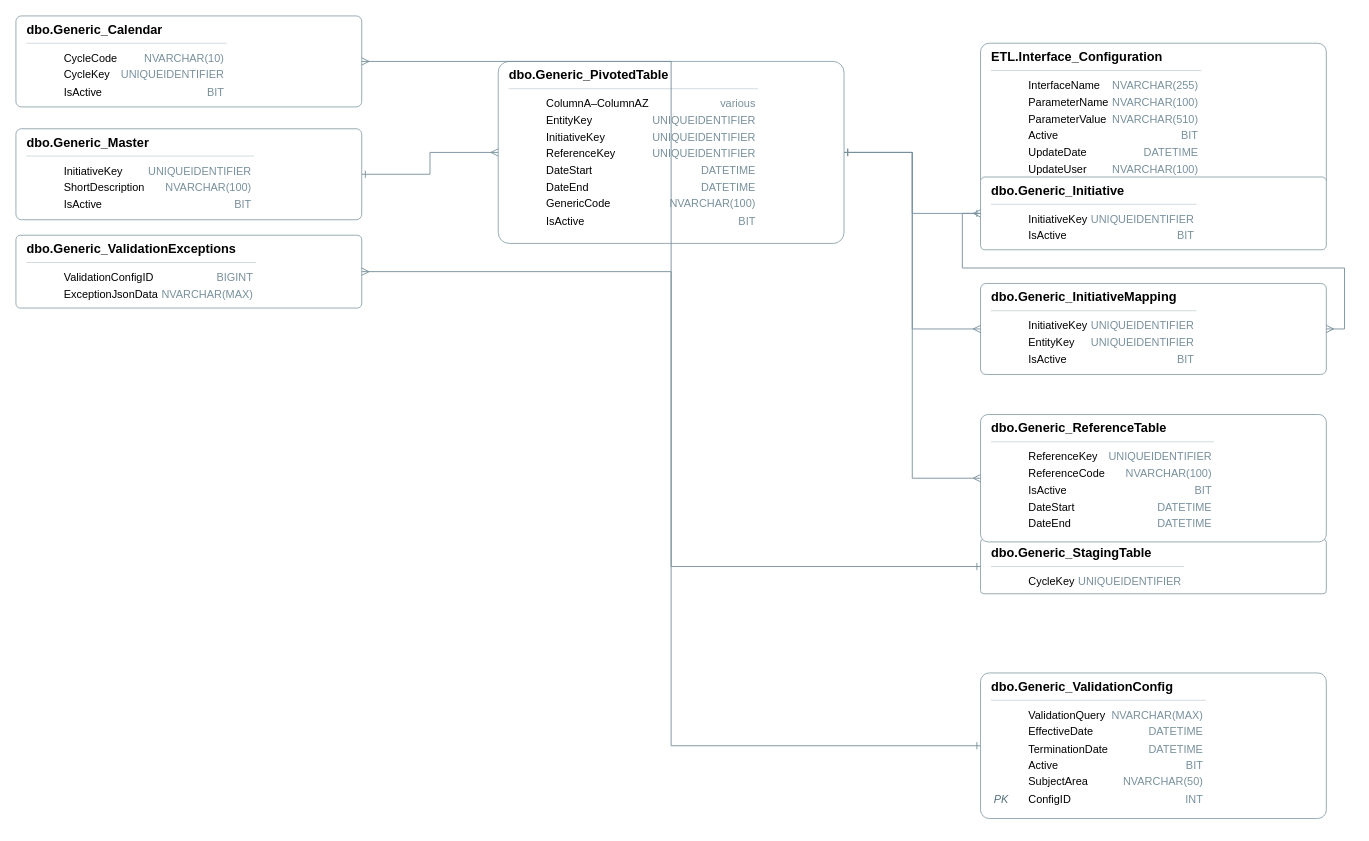
drvmuk/sdlc_genai_demo keeps this draw.io diagram as erd/ERD.drawio. Above is the earlier version. Source tidied: cells renumbered, new cells numbered last; positions are measured from the earlier drawing's top-left corner, leaving out a move shared by most shapes. Both pictures are drawn from the tidied source at 91%, with x=0, y=0 at pixel (15, 15).
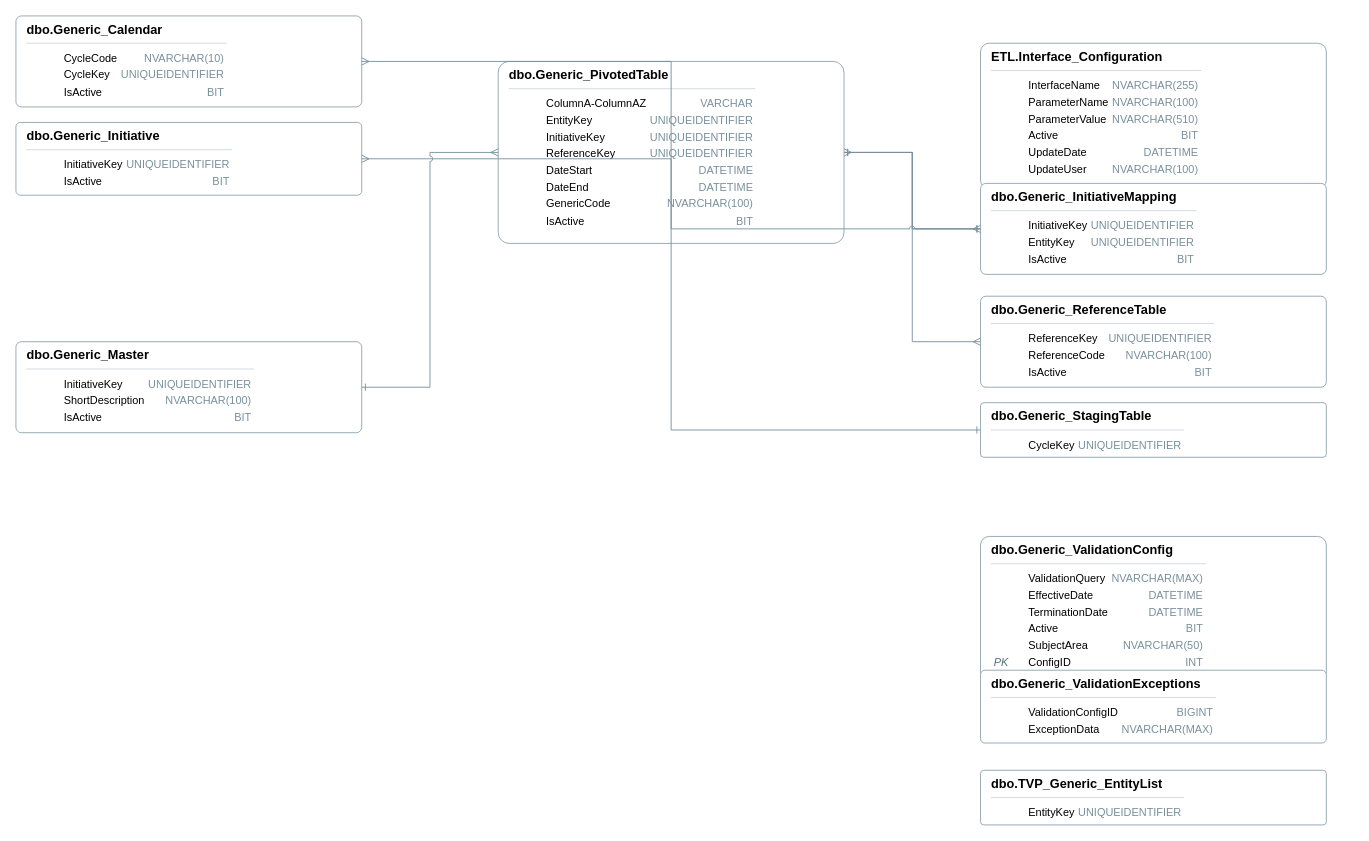
After the change.

Commit message:
Upload ERD diagram

What changed in the source:
```diff
@@
 <mxGraphModel>
   <root>
     <mxCell id="0" />
     <mxCell id="1" parent="0" />
     <mxCell id="2" value="&lt;div style='text-align:left'&gt;&lt;div style='font-weight:600;font-size:14px'&gt;dbo.Generic_ValidationConfig&lt;/div&gt;&lt;div style='border-top:1px solid #cfd8dc;margin:6px 0'&gt;&lt;/div&gt;&lt;table style='width:100%;font-size:12px'&gt;&lt;tr&gt;&lt;td style='width:34px;font-style:italic;color:#546E7A'&gt;&lt;/td&gt;&lt;td&gt;ValidationQuery&lt;/td&gt;&lt;td style='width:86px;text-align:right;color:#78909C'&gt;NVARCHAR(MAX)&lt;/td&gt;&lt;/tr&gt;&lt;tr&gt;&lt;td style='width:34px;font-style:italic;color:#546E7A'&gt;&lt;/td&gt;&lt;td&gt;EffectiveDate&lt;/td&gt;&lt;td style='width:86px;text-align:right;color:#78909C'&gt;DATETIME&lt;/td&gt;&lt;/tr&gt;&lt;tr&gt;&lt;td style='width:34px;font-style:italic;color:#546E7A'&gt;&lt;/td&gt;&lt;td&gt;TerminationDate&lt;/td&gt;&lt;td style='width:86px;text-align:right;color:#78909C'&gt;DATETIME&lt;/td&gt;&lt;/tr&gt;&lt;tr&gt;&lt;td style='width:34px;font-style:italic;color:#546E7A'&gt;&lt;/td&gt;&lt;td&gt;Active&lt;/td&gt;&lt;td style='width:86px;text-align:right;color:#78909C'&gt;BIT&lt;/td&gt;&lt;/tr&gt;&lt;tr&gt;&lt;td style='width:34px;font-style:italic;color:#546E7A'&gt;&lt;/td&gt;&lt;td&gt;SubjectArea&lt;/td&gt;&lt;td style='width:86px;text-align:right;color:#78909C'&gt;NVARCHAR(50)&lt;/td&gt;&lt;/tr&gt;&lt;tr&gt;&lt;td style='width:34px;font-style:italic;color:#546E7A'&gt;PK&lt;/td&gt;&lt;td&gt;ConfigID&lt;/td&gt;&lt;td style='width:86px;text-align:right;color:#78909C'&gt;INT&lt;/td&gt;&lt;/tr&gt;&lt;/table&gt;&lt;/div&gt;" style="whiteSpace=wrap;rounded=1;fillColor=#FFFFFF;strokeColor=#90A4AE;dashed=0;shape=rectangle;arcSize=6;fontSize=13;align=left;verticalAlign=top;spacingLeft=10;portConstraint=eastwest;html=1;" parent="1" vertex="1">
-      <mxGeometry x="1060" y="722" width="380" height="160" as="geometry" />
+      <mxGeometry x="1060" y="572" width="380" height="160" as="geometry" />
     </mxCell>
-    <mxCell id="3" value="&lt;div style='text-align:left'&gt;&lt;div style='font-weight:600;font-size:14px'&gt;dbo.Generic_ValidationExceptions&lt;/div&gt;&lt;div style='border-top:1px solid #cfd8dc;margin:6px 0'&gt;&lt;/div&gt;&lt;table style='width:100%;font-size:12px'&gt;&lt;tr&gt;&lt;td style='width:34px;font-style:italic;color:#546E7A'&gt;&lt;/td&gt;&lt;td&gt;ValidationConfigID&lt;/td&gt;&lt;td style='width:86px;text-align:right;color:#78909C'&gt;BIGINT&lt;/td&gt;&lt;/tr&gt;&lt;tr&gt;&lt;td style='width:34px;font-style:italic;color:#546E7A'&gt;&lt;/td&gt;&lt;td&gt;ExceptionJsonData&lt;/td&gt;&lt;td style='width:86px;text-align:right;color:#78909C'&gt;NVARCHAR(MAX)&lt;/td&gt;&lt;/tr&gt;&lt;/table&gt;&lt;/div&gt;" style="whiteSpace=wrap;rounded=1;fillColor=#FFFFFF;strokeColor=#90A4AE;dashed=0;shape=rectangle;arcSize=6;fontSize=13;align=left;verticalAlign=top;spacingLeft=10;portConstraint=eastwest;html=1;" parent="1" vertex="1">
-      <mxGeometry y="241" width="380" height="80" as="geometry" />
-    </mxCell>
+    <mxCell id="19" value="&lt;div style='text-align:left'&gt;&lt;div style='font-weight:600;font-size:14px'&gt;dbo.Generic_ValidationExceptions&lt;/div&gt;&lt;div style='border-top:1px solid #cfd8dc;margin:6px 0'&gt;&lt;/div&gt;&lt;table style='width:100%;font-size:12px'&gt;&lt;tr&gt;&lt;td style='width:34px;font-style:italic;color:#546E7A'&gt;&lt;/td&gt;&lt;td&gt;ValidationConfigID&lt;/td&gt;&lt;td style='width:86px;text-align:right;color:#78909C'&gt;BIGINT&lt;/td&gt;&lt;/tr&gt;&lt;tr&gt;&lt;td style='width:34px;font-style:italic;color:#546E7A'&gt;&lt;/td&gt;&lt;td&gt;ExceptionData&lt;/td&gt;&lt;td style='width:86px;text-align:right;color:#78909C'&gt;NVARCHAR(MAX)&lt;/td&gt;&lt;/tr&gt;&lt;/table&gt;&lt;/div&gt;" style="whiteSpace=wrap;rounded=1;fillColor=#FFFFFF;strokeColor=#90A4AE;dashed=0;shape=rectangle;arcSize=6;fontSize=13;align=left;verticalAlign=top;spacingLeft=10;html=1;" parent="1" vertex="1">
+      <mxGeometry x="1060" y="719" width="380" height="80" as="geometry" />
+    </mxCell>
     <mxCell id="4" value="&lt;div style='text-align:left'&gt;&lt;div style='font-weight:600;font-size:14px'&gt;ETL.Interface_Configuration&lt;/div&gt;&lt;div style='border-top:1px solid #cfd8dc;margin:6px 0'&gt;&lt;/div&gt;&lt;table style='width:100%;font-size:12px'&gt;&lt;tr&gt;&lt;td style='width:34px;font-style:italic;color:#546E7A'&gt;&lt;/td&gt;&lt;td&gt;InterfaceName&lt;/td&gt;&lt;td style='width:86px;text-align:right;color:#78909C'&gt;NVARCHAR(255)&lt;/td&gt;&lt;/tr&gt;&lt;tr&gt;&lt;td style='width:34px;font-style:italic;color:#546E7A'&gt;&lt;/td&gt;&lt;td&gt;ParameterName&lt;/td&gt;&lt;td style='width:86px;text-align:right;color:#78909C'&gt;NVARCHAR(100)&lt;/td&gt;&lt;/tr&gt;&lt;tr&gt;&lt;td style='width:34px;font-style:italic;color:#546E7A'&gt;&lt;/td&gt;&lt;td&gt;ParameterValue&lt;/td&gt;&lt;td style='width:86px;text-align:right;color:#78909C'&gt;NVARCHAR(510)&lt;/td&gt;&lt;/tr&gt;&lt;tr&gt;&lt;td style='width:34px;font-style:italic;color:#546E7A'&gt;&lt;/td&gt;&lt;td&gt;Active&lt;/td&gt;&lt;td style='width:86px;text-align:right;color:#78909C'&gt;BIT&lt;/td&gt;&lt;/tr&gt;&lt;tr&gt;&lt;td style='width:34px;font-style:italic;color:#546E7A'&gt;&lt;/td&gt;&lt;td&gt;UpdateDate&lt;/td&gt;&lt;td style='width:86px;text-align:right;color:#78909C'&gt;DATETIME&lt;/td&gt;&lt;/tr&gt;&lt;tr&gt;&lt;td style='width:34px;font-style:italic;color:#546E7A'&gt;&lt;/td&gt;&lt;td&gt;UpdateUser&lt;/td&gt;&lt;td style='width:86px;text-align:right;color:#78909C'&gt;NVARCHAR(100)&lt;/td&gt;&lt;/tr&gt;&lt;/table&gt;&lt;/div&gt;" style="whiteSpace=wrap;rounded=1;fillColor=#FFFFFF;strokeColor=#90A4AE;dashed=0;shape=rectangle;arcSize=6;fontSize=13;align=left;verticalAlign=top;spacingLeft=10;html=1;" parent="1" vertex="1">
       <mxGeometry x="1060" y="30" width="380" height="160" as="geometry" />
     </mxCell>
     <mxCell id="5" value="&lt;div style='text-align:left'&gt;&lt;div style='font-weight:600;font-size:14px'&gt;dbo.Generic_StagingTable&lt;/div&gt;&lt;div style='border-top:1px solid #cfd8dc;margin:6px 0'&gt;&lt;/div&gt;&lt;table style='width:100%;font-size:12px'&gt;&lt;tr&gt;&lt;td style='width:34px;font-style:italic;color:#546E7A'&gt;&lt;/td&gt;&lt;td&gt;CycleKey&lt;/td&gt;&lt;td style='width:86px;text-align:right;color:#78909C'&gt;UNIQUEIDENTIFIER&lt;/td&gt;&lt;/tr&gt;&lt;/table&gt;&lt;/div&gt;" style="whiteSpace=wrap;rounded=1;fillColor=#FFFFFF;strokeColor=#90A4AE;dashed=0;shape=rectangle;arcSize=6;fontSize=13;align=left;verticalAlign=top;spacingLeft=10;portConstraint=eastwest;html=1;" parent="1" vertex="1">
-      <mxGeometry x="1060" y="575" width="380" height="60" as="geometry" />
+      <mxGeometry x="1060" y="425" width="380" height="60" as="geometry" />
     </mxCell>
     <mxCell id="6" value="&lt;div style='text-align:left'&gt;&lt;div style='font-weight:600;font-size:14px'&gt;dbo.Generic_Calendar&lt;/div&gt;&lt;div style='border-top:1px solid #cfd8dc;margin:6px 0'&gt;&lt;/div&gt;&lt;table style='width:100%;font-size:12px'&gt;&lt;tr&gt;&lt;td style='width:34px;font-style:italic;color:#546E7A'&gt;&lt;/td&gt;&lt;td&gt;CycleCode&lt;/td&gt;&lt;td style='width:86px;text-align:right;color:#78909C'&gt;NVARCHAR(10)&lt;/td&gt;&lt;/tr&gt;&lt;tr&gt;&lt;td style='width:34px;font-style:italic;color:#546E7A'&gt;&lt;/td&gt;&lt;td&gt;CycleKey&lt;/td&gt;&lt;td style='width:86px;text-align:right;color:#78909C'&gt;UNIQUEIDENTIFIER&lt;/td&gt;&lt;/tr&gt;&lt;tr&gt;&lt;td style='width:34px;font-style:italic;color:#546E7A'&gt;&lt;/td&gt;&lt;td&gt;IsActive&lt;/td&gt;&lt;td style='width:86px;text-align:right;color:#78909C'&gt;BIT&lt;/td&gt;&lt;/tr&gt;&lt;/table&gt;&lt;/div&gt;" style="whiteSpace=wrap;rounded=1;fillColor=#FFFFFF;strokeColor=#90A4AE;dashed=0;shape=rectangle;arcSize=6;fontSize=13;align=left;verticalAlign=top;spacingLeft=10;portConstraint=eastwest;html=1;" parent="1" vertex="1">
       <mxGeometry width="380" height="100" as="geometry" />
     </mxCell>
-    <mxCell id="7" value="&lt;div style='text-align:left'&gt;&lt;div style='font-weight:600;font-size:14px'&gt;dbo.Generic_PivotedTable&lt;/div&gt;&lt;div style='border-top:1px solid #cfd8dc;margin:6px 0'&gt;&lt;/div&gt;&lt;table style='width:100%;font-size:12px'&gt;&lt;tr&gt;&lt;td style='width:34px;font-style:italic;color:#546E7A'&gt;&lt;/td&gt;&lt;td&gt;ColumnA–ColumnAZ&lt;/td&gt;&lt;td style='width:86px;text-align:right;color:#78909C'&gt;various&lt;/td&gt;&lt;/tr&gt;&lt;tr&gt;&lt;td style='width:34px;font-style:italic;color:#546E7A'&gt;&lt;/td&gt;&lt;td&gt;EntityKey&lt;/td&gt;&lt;td style='width:86px;text-align:right;color:#78909C'&gt;UNIQUEIDENTIFIER&lt;/td&gt;&lt;/tr&gt;&lt;tr&gt;&lt;td style='width:34px;font-style:italic;color:#546E7A'&gt;&lt;/td&gt;&lt;td&gt;InitiativeKey&lt;/td&gt;&lt;td style='width:86px;text-align:right;color:#78909C'&gt;UNIQUEIDENTIFIER&lt;/td&gt;&lt;/tr&gt;&lt;tr&gt;&lt;td style='width:34px;font-style:italic;color:#546E7A'&gt;&lt;/td&gt;&lt;td&gt;ReferenceKey&lt;/td&gt;&lt;td style='width:86px;text-align:right;color:#78909C'&gt;UNIQUEIDENTIFIER&lt;/td&gt;&lt;/tr&gt;&lt;tr&gt;&lt;td style='width:34px;font-style:italic;color:#546E7A'&gt;&lt;/td&gt;&lt;td&gt;DateStart&lt;/td&gt;&lt;td style='width:86px;text-align:right;color:#78909C'&gt;DATETIME&lt;/td&gt;&lt;/tr&gt;&lt;tr&gt;&lt;td style='width:34px;font-style:italic;color:#546E7A'&gt;&lt;/td&gt;&lt;td&gt;DateEnd&lt;/td&gt;&lt;td style='width:86px;text-align:right;color:#78909C'&gt;DATETIME&lt;/td&gt;&lt;/tr&gt;&lt;tr&gt;&lt;td style='width:34px;font-style:italic;color:#546E7A'&gt;&lt;/td&gt;&lt;td&gt;GenericCode&lt;/td&gt;&lt;td style='width:86px;text-align:right;color:#78909C'&gt;NVARCHAR(100)&lt;/td&gt;&lt;/tr&gt;&lt;tr&gt;&lt;td style='width:34px;font-style:italic;color:#546E7A'&gt;&lt;/td&gt;&lt;td&gt;IsActive&lt;/td&gt;&lt;td style='width:86px;text-align:right;color:#78909C'&gt;BIT&lt;/td&gt;&lt;/tr&gt;&lt;/table&gt;&lt;/div&gt;" style="whiteSpace=wrap;rounded=1;fillColor=#FFFFFF;strokeColor=#90A4AE;dashed=0;shape=rectangle;arcSize=6;fontSize=13;align=left;verticalAlign=top;spacingLeft=10;portConstraint=eastwest;html=1;" parent="1" vertex="1">
-      <mxGeometry x="530" y="50" width="380" height="200" as="geometry" />
-    </mxCell>
-    <mxCell id="8" value="&lt;div style='text-align:left'&gt;&lt;div style='font-weight:600;font-size:14px'&gt;dbo.Generic_ReferenceTable&lt;/div&gt;&lt;div style='border-top:1px solid #cfd8dc;margin:6px 0'&gt;&lt;/div&gt;&lt;table style='width:100%;font-size:12px'&gt;&lt;tr&gt;&lt;td style='width:34px;font-style:italic;color:#546E7A'&gt;&lt;/td&gt;&lt;td&gt;ReferenceKey&lt;/td&gt;&lt;td style='width:86px;text-align:right;color:#78909C'&gt;UNIQUEIDENTIFIER&lt;/td&gt;&lt;/tr&gt;&lt;tr&gt;&lt;td style='width:34px;font-style:italic;color:#546E7A'&gt;&lt;/td&gt;&lt;td&gt;ReferenceCode&lt;/td&gt;&lt;td style='width:86px;text-align:right;color:#78909C'&gt;NVARCHAR(100)&lt;/td&gt;&lt;/tr&gt;&lt;tr&gt;&lt;td style='width:34px;font-style:italic;color:#546E7A'&gt;&lt;/td&gt;&lt;td&gt;IsActive&lt;/td&gt;&lt;td style='width:86px;text-align:right;color:#78909C'&gt;BIT&lt;/td&gt;&lt;/tr&gt;&lt;tr&gt;&lt;td style='width:34px;font-style:italic;color:#546E7A'&gt;&lt;/td&gt;&lt;td&gt;DateStart&lt;/td&gt;&lt;td style='width:86px;text-align:right;color:#78909C'&gt;DATETIME&lt;/td&gt;&lt;/tr&gt;&lt;tr&gt;&lt;td style='width:34px;font-style:italic;color:#546E7A'&gt;&lt;/td&gt;&lt;td&gt;DateEnd&lt;/td&gt;&lt;td style='width:86px;text-align:right;color:#78909C'&gt;DATETIME&lt;/td&gt;&lt;/tr&gt;&lt;/table&gt;&lt;/div&gt;" style="whiteSpace=wrap;rounded=1;fillColor=#FFFFFF;strokeColor=#90A4AE;dashed=0;shape=rectangle;arcSize=6;fontSize=13;align=left;verticalAlign=top;spacingLeft=10;portConstraint=eastwest;html=1;" parent="1" vertex="1">
-      <mxGeometry x="1060" y="438" width="380" height="140" as="geometry" />
-    </mxCell>
+    <mxCell id="20" value="&lt;div style='text-align:left'&gt;&lt;div style='font-weight:600;font-size:14px'&gt;dbo.Generic_PivotedTable&lt;/div&gt;&lt;div style='border-top:1px solid #cfd8dc;margin:6px 0'&gt;&lt;/div&gt;&lt;table style='width:100%;font-size:12px'&gt;&lt;tr&gt;&lt;td style='width:34px;font-style:italic;color:#546E7A'&gt;&lt;/td&gt;&lt;td&gt;ColumnA-ColumnAZ&lt;/td&gt;&lt;td style='width:86px;text-align:right;color:#78909C'&gt;VARCHAR&lt;/td&gt;&lt;/tr&gt;&lt;tr&gt;&lt;td style='width:34px;font-style:italic;color:#546E7A'&gt;&lt;/td&gt;&lt;td&gt;EntityKey&lt;/td&gt;&lt;td style='width:86px;text-align:right;color:#78909C'&gt;UNIQUEIDENTIFIER&lt;/td&gt;&lt;/tr&gt;&lt;tr&gt;&lt;td style='width:34px;font-style:italic;color:#546E7A'&gt;&lt;/td&gt;&lt;td&gt;InitiativeKey&lt;/td&gt;&lt;td style='width:86px;text-align:right;color:#78909C'&gt;UNIQUEIDENTIFIER&lt;/td&gt;&lt;/tr&gt;&lt;tr&gt;&lt;td style='width:34px;font-style:italic;color:#546E7A'&gt;&lt;/td&gt;&lt;td&gt;ReferenceKey&lt;/td&gt;&lt;td style='width:86px;text-align:right;color:#78909C'&gt;UNIQUEIDENTIFIER&lt;/td&gt;&lt;/tr&gt;&lt;tr&gt;&lt;td style='width:34px;font-style:italic;color:#546E7A'&gt;&lt;/td&gt;&lt;td&gt;DateStart&lt;/td&gt;&lt;td style='width:86px;text-align:right;color:#78909C'&gt;DATETIME&lt;/td&gt;&lt;/tr&gt;&lt;tr&gt;&lt;td style='width:34px;font-style:italic;color:#546E7A'&gt;&lt;/td&gt;&lt;td&gt;DateEnd&lt;/td&gt;&lt;td style='width:86px;text-align:right;color:#78909C'&gt;DATETIME&lt;/td&gt;&lt;/tr&gt;&lt;tr&gt;&lt;td style='width:34px;font-style:italic;color:#546E7A'&gt;&lt;/td&gt;&lt;td&gt;GenericCode&lt;/td&gt;&lt;td style='width:86px;text-align:right;color:#78909C'&gt;NVARCHAR(100)&lt;/td&gt;&lt;/tr&gt;&lt;tr&gt;&lt;td style='width:34px;font-style:italic;color:#546E7A'&gt;&lt;/td&gt;&lt;td&gt;IsActive&lt;/td&gt;&lt;td style='width:86px;text-align:right;color:#78909C'&gt;BIT&lt;/td&gt;&lt;/tr&gt;&lt;/table&gt;&lt;/div&gt;" style="whiteSpace=wrap;rounded=1;fillColor=#FFFFFF;strokeColor=#90A4AE;dashed=0;shape=rectangle;arcSize=6;fontSize=13;align=left;verticalAlign=top;spacingLeft=10;portConstraint=eastwest;html=1;" parent="1" vertex="1">
+      <mxGeometry x="530" y="50" width="380" height="200" as="geometry" />
+    </mxCell>
+    <mxCell id="21" value="&lt;div style='text-align:left'&gt;&lt;div style='font-weight:600;font-size:14px'&gt;dbo.Generic_ReferenceTable&lt;/div&gt;&lt;div style='border-top:1px solid #cfd8dc;margin:6px 0'&gt;&lt;/div&gt;&lt;table style='width:100%;font-size:12px'&gt;&lt;tr&gt;&lt;td style='width:34px;font-style:italic;color:#546E7A'&gt;&lt;/td&gt;&lt;td&gt;ReferenceKey&lt;/td&gt;&lt;td style='width:86px;text-align:right;color:#78909C'&gt;UNIQUEIDENTIFIER&lt;/td&gt;&lt;/tr&gt;&lt;tr&gt;&lt;td style='width:34px;font-style:italic;color:#546E7A'&gt;&lt;/td&gt;&lt;td&gt;ReferenceCode&lt;/td&gt;&lt;td style='width:86px;text-align:right;color:#78909C'&gt;NVARCHAR(100)&lt;/td&gt;&lt;/tr&gt;&lt;tr&gt;&lt;td style='width:34px;font-style:italic;color:#546E7A'&gt;&lt;/td&gt;&lt;td&gt;IsActive&lt;/td&gt;&lt;td style='width:86px;text-align:right;color:#78909C'&gt;BIT&lt;/td&gt;&lt;/tr&gt;&lt;/table&gt;&lt;/div&gt;" style="whiteSpace=wrap;rounded=1;fillColor=#FFFFFF;strokeColor=#90A4AE;dashed=0;shape=rectangle;arcSize=6;fontSize=13;align=left;verticalAlign=top;spacingLeft=10;portConstraint=eastwest;html=1;" parent="1" vertex="1">
+      <mxGeometry x="1060" y="308" width="380" height="100" as="geometry" />
+    </mxCell>
     <mxCell id="9" value="&lt;div style='text-align:left'&gt;&lt;div style='font-weight:600;font-size:14px'&gt;dbo.Generic_Initiative&lt;/div&gt;&lt;div style='border-top:1px solid #cfd8dc;margin:6px 0'&gt;&lt;/div&gt;&lt;table style='width:100%;font-size:12px'&gt;&lt;tr&gt;&lt;td style='width:34px;font-style:italic;color:#546E7A'&gt;&lt;/td&gt;&lt;td&gt;InitiativeKey&lt;/td&gt;&lt;td style='width:86px;text-align:right;color:#78909C'&gt;UNIQUEIDENTIFIER&lt;/td&gt;&lt;/tr&gt;&lt;tr&gt;&lt;td style='width:34px;font-style:italic;color:#546E7A'&gt;&lt;/td&gt;&lt;td&gt;IsActive&lt;/td&gt;&lt;td style='width:86px;text-align:right;color:#78909C'&gt;BIT&lt;/td&gt;&lt;/tr&gt;&lt;/table&gt;&lt;/div&gt;" style="whiteSpace=wrap;rounded=1;fillColor=#FFFFFF;strokeColor=#90A4AE;dashed=0;shape=rectangle;arcSize=6;fontSize=13;align=left;verticalAlign=top;spacingLeft=10;portConstraint=eastwest;html=1;" parent="1" vertex="1">
-      <mxGeometry x="1060" y="177" width="380" height="80" as="geometry" />
+      <mxGeometry y="117" width="380" height="80" as="geometry" />
     </mxCell>
     <mxCell id="10" value="&lt;div style='text-align:left'&gt;&lt;div style='font-weight:600;font-size:14px'&gt;dbo.Generic_InitiativeMapping&lt;/div&gt;&lt;div style='border-top:1px solid #cfd8dc;margin:6px 0'&gt;&lt;/div&gt;&lt;table style='width:100%;font-size:12px'&gt;&lt;tr&gt;&lt;td style='width:34px;font-style:italic;color:#546E7A'&gt;&lt;/td&gt;&lt;td&gt;InitiativeKey&lt;/td&gt;&lt;td style='width:86px;text-align:right;color:#78909C'&gt;UNIQUEIDENTIFIER&lt;/td&gt;&lt;/tr&gt;&lt;tr&gt;&lt;td style='width:34px;font-style:italic;color:#546E7A'&gt;&lt;/td&gt;&lt;td&gt;EntityKey&lt;/td&gt;&lt;td style='width:86px;text-align:right;color:#78909C'&gt;UNIQUEIDENTIFIER&lt;/td&gt;&lt;/tr&gt;&lt;tr&gt;&lt;td style='width:34px;font-style:italic;color:#546E7A'&gt;&lt;/td&gt;&lt;td&gt;IsActive&lt;/td&gt;&lt;td style='width:86px;text-align:right;color:#78909C'&gt;BIT&lt;/td&gt;&lt;/tr&gt;&lt;/table&gt;&lt;/div&gt;" style="whiteSpace=wrap;rounded=1;fillColor=#FFFFFF;strokeColor=#90A4AE;dashed=0;shape=rectangle;arcSize=6;fontSize=13;align=left;verticalAlign=top;spacingLeft=10;portConstraint=eastwest;html=1;" parent="1" vertex="1">
-      <mxGeometry x="1060" y="294" width="380" height="100" as="geometry" />
+      <mxGeometry x="1060" y="184" width="380" height="100" as="geometry" />
     </mxCell>
     <mxCell id="11" value="&lt;div style='text-align:left'&gt;&lt;div style='font-weight:600;font-size:14px'&gt;dbo.Generic_Master&lt;/div&gt;&lt;div style='border-top:1px solid #cfd8dc;margin:6px 0'&gt;&lt;/div&gt;&lt;table style='width:100%;font-size:12px'&gt;&lt;tr&gt;&lt;td style='width:34px;font-style:italic;color:#546E7A'&gt;&lt;/td&gt;&lt;td&gt;InitiativeKey&lt;/td&gt;&lt;td style='width:86px;text-align:right;color:#78909C'&gt;UNIQUEIDENTIFIER&lt;/td&gt;&lt;/tr&gt;&lt;tr&gt;&lt;td style='width:34px;font-style:italic;color:#546E7A'&gt;&lt;/td&gt;&lt;td&gt;ShortDescription&lt;/td&gt;&lt;td style='width:86px;text-align:right;color:#78909C'&gt;NVARCHAR(100)&lt;/td&gt;&lt;/tr&gt;&lt;tr&gt;&lt;td style='width:34px;font-style:italic;color:#546E7A'&gt;&lt;/td&gt;&lt;td&gt;IsActive&lt;/td&gt;&lt;td style='width:86px;text-align:right;color:#78909C'&gt;BIT&lt;/td&gt;&lt;/tr&gt;&lt;/table&gt;&lt;/div&gt;" style="whiteSpace=wrap;rounded=1;fillColor=#FFFFFF;strokeColor=#90A4AE;dashed=0;shape=rectangle;arcSize=6;fontSize=13;align=left;verticalAlign=top;spacingLeft=10;portConstraint=eastwest;html=1;" parent="1" vertex="1">
-      <mxGeometry y="124" width="380" height="100" as="geometry" />
+      <mxGeometry y="358" width="380" height="100" as="geometry" />
     </mxCell>
-    <mxCell id="12" style="edgeStyle=orthogonalEdgeStyle;rounded=0;jettySize=auto;startArrow=ERone;endArrow=ERmany;strokeColor=#78909C;jumpStyle=arc;jumpSize=6;" parent="1" edge="1" source="2" target="3">
-      <mxGeometry relative="1" as="geometry" />
-    </mxCell>
+    <mxCell id="22" value="&lt;div style='text-align:left'&gt;&lt;div style='font-weight:600;font-size:14px'&gt;dbo.TVP_Generic_EntityList&lt;/div&gt;&lt;div style='border-top:1px solid #cfd8dc;margin:6px 0'&gt;&lt;/div&gt;&lt;table style='width:100%;font-size:12px'&gt;&lt;tr&gt;&lt;td style='width:34px;font-style:italic;color:#546E7A'&gt;&lt;/td&gt;&lt;td&gt;EntityKey&lt;/td&gt;&lt;td style='width:86px;text-align:right;color:#78909C'&gt;UNIQUEIDENTIFIER&lt;/td&gt;&lt;/tr&gt;&lt;/table&gt;&lt;/div&gt;" style="whiteSpace=wrap;rounded=1;fillColor=#FFFFFF;strokeColor=#90A4AE;dashed=0;shape=rectangle;arcSize=6;fontSize=13;align=left;verticalAlign=top;spacingLeft=10;html=1;" parent="1" vertex="1">
+      <mxGeometry x="1060" y="829" width="380" height="60" as="geometry" />
+    </mxCell>
     <mxCell id="13" style="edgeStyle=orthogonalEdgeStyle;rounded=0;jettySize=auto;startArrow=ERone;endArrow=ERmany;strokeColor=#78909C;jumpStyle=arc;jumpSize=6;" parent="1" edge="1" source="5" target="6">
       <mxGeometry relative="1" as="geometry" />
     </mxCell>
-    <mxCell id="14" style="edgeStyle=orthogonalEdgeStyle;rounded=0;jettySize=auto;startArrow=ERone;endArrow=ERmany;strokeColor=#78909C;jumpStyle=arc;jumpSize=6;" parent="1" edge="1" source="7" target="8">
-      <mxGeometry relative="1" as="geometry" />
-    </mxCell>
-    <mxCell id="15" style="edgeStyle=orthogonalEdgeStyle;rounded=0;jettySize=auto;startArrow=ERone;endArrow=ERmany;strokeColor=#78909C;jumpStyle=arc;jumpSize=6;" parent="1" edge="1" source="7" target="9">
-      <mxGeometry relative="1" as="geometry" />
-    </mxCell>
-    <mxCell id="16" style="edgeStyle=orthogonalEdgeStyle;rounded=0;jettySize=auto;startArrow=ERone;endArrow=ERmany;strokeColor=#78909C;jumpStyle=arc;jumpSize=6;" parent="1" edge="1" source="9" target="10">
-      <mxGeometry relative="1" as="geometry" />
-    </mxCell>
-    <mxCell id="17" style="edgeStyle=orthogonalEdgeStyle;rounded=0;jettySize=auto;startArrow=ERone;endArrow=ERmany;strokeColor=#78909C;jumpStyle=arc;jumpSize=6;" parent="1" edge="1" source="7" target="10">
-      <mxGeometry relative="1" as="geometry" />
-    </mxCell>
-    <mxCell id="18" style="edgeStyle=orthogonalEdgeStyle;rounded=0;jettySize=auto;startArrow=ERone;endArrow=ERmany;strokeColor=#78909C;jumpStyle=arc;jumpSize=6;" parent="1" edge="1" source="11" target="7">
-      <mxGeometry relative="1" as="geometry" />
-    </mxCell>
+    <mxCell id="23" style="edgeStyle=orthogonalEdgeStyle;rounded=0;jettySize=auto;startArrow=ERone;endArrow=ERmany;strokeColor=#78909C;jumpStyle=arc;jumpSize=6;" parent="1" edge="1" source="20" target="21">
+      <mxGeometry relative="1" as="geometry" />
+    </mxCell>
+    <mxCell id="24" style="edgeStyle=orthogonalEdgeStyle;rounded=0;jettySize=auto;startArrow=ERone;endArrow=ERmany;strokeColor=#78909C;jumpStyle=arc;jumpSize=6;" parent="1" edge="1" source="10" target="9">
+      <mxGeometry relative="1" as="geometry" />
+    </mxCell>
+    <mxCell id="25" style="edgeStyle=orthogonalEdgeStyle;rounded=0;jettySize=auto;startArrow=ERone;endArrow=ERmany;strokeColor=#78909C;jumpStyle=arc;jumpSize=6;" parent="1" edge="1" source="10" target="20">
+      <mxGeometry relative="1" as="geometry" />
+    </mxCell>
+    <mxCell id="26" style="edgeStyle=orthogonalEdgeStyle;rounded=0;jettySize=auto;startArrow=ERone;endArrow=ERmany;strokeColor=#78909C;jumpStyle=arc;jumpSize=6;" parent="1" edge="1" source="20" target="10">
+      <mxGeometry relative="1" as="geometry" />
+    </mxCell>
+    <mxCell id="27" style="edgeStyle=orthogonalEdgeStyle;rounded=0;jettySize=auto;startArrow=ERone;endArrow=ERmany;strokeColor=#78909C;jumpStyle=arc;jumpSize=6;" parent="1" edge="1" source="11" target="20">
+      <mxGeometry relative="1" as="geometry" />
+    </mxCell>
   </root>
 </mxGraphModel>
```
